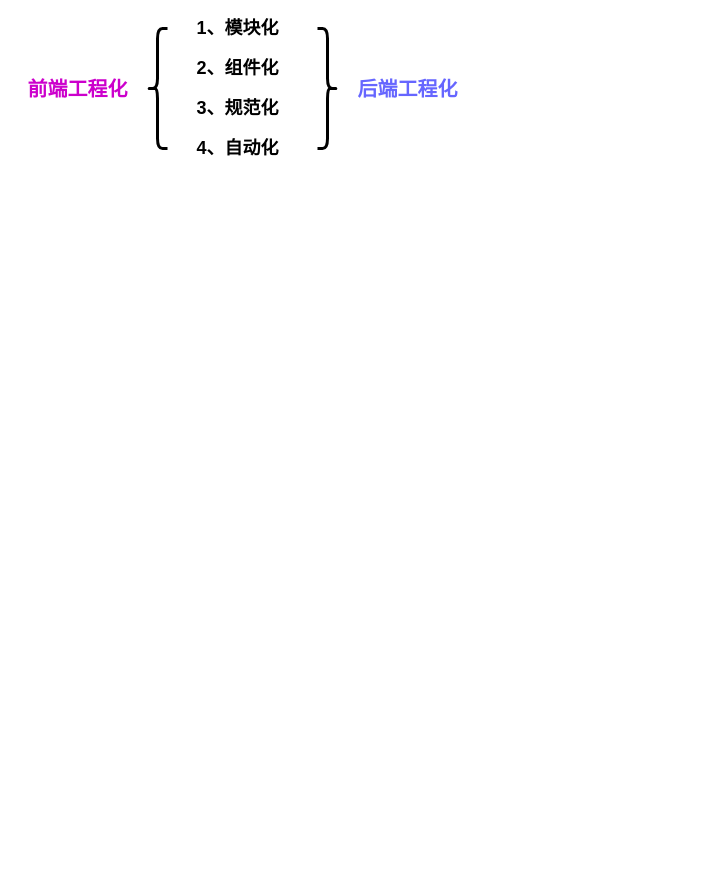
C-wx/MindManager keeps this draw.io diagram as Webpack.drawio. Above is the earlier version. Source tidied: cells renumbered, new cells numbered last; positions are measured from the earlier drawing's top-left corner, leaving out a move shared by most shapes. Both pictures are drawn from the tidied source at 100%, with x=0, y=0 at pixel (17, 18).
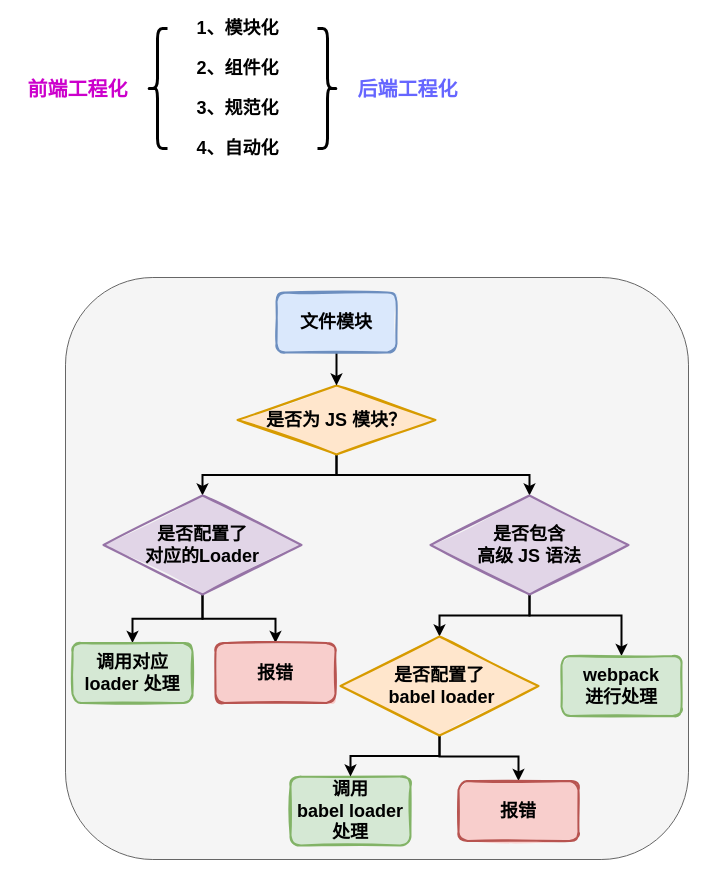
The same page after the edit.

Diff of the diagram source:
```diff
@@
+    <mxCell id="10" style="rounded=1;whiteSpace=wrap;html=1;fontSize=18;fillColor=#f5f5f5;gradientDirection=south;strokeColor=#666666;fontColor=#333333;" parent="1" vertex="1">
+      <mxGeometry x="48" y="259" width="623" height="582" as="geometry" />
+    </mxCell>
@@
+    <mxCell id="11" style="edgeStyle=orthogonalEdgeStyle;rounded=0;jettySize=auto;html=1;exitX=0.5;exitY=1;exitDx=0;exitDy=0;entryX=0.5;entryY=0;entryDx=0;entryDy=0;fontSize=18;strokeWidth=2;" parent="1" edge="1" source="13" target="18">
+      <mxGeometry relative="1" as="geometry" />
+    </mxCell>
+    <mxCell id="12" style="edgeStyle=orthogonalEdgeStyle;rounded=0;jettySize=auto;html=1;exitX=0.5;exitY=1;exitDx=0;exitDy=0;entryX=0.5;entryY=0;entryDx=0;entryDy=0;fontSize=18;strokeWidth=2;" parent="1" edge="1" source="13" target="21">
+      <mxGeometry relative="1" as="geometry" />
+    </mxCell>
+    <mxCell id="13" value="是否为 JS 模块？" style="rhombus;whiteSpace=wrap;html=1;strokeWidth=2;fillWeight=-1;hachureGap=8;fillStyle=solid;sketch=1;fontSize=18;fontStyle=1;fillColor=#ffe6cc;strokeColor=#d79b00;" parent="1" vertex="1">
+      <mxGeometry x="220" y="367" width="198" height="69" as="geometry" />
+    </mxCell>
+    <mxCell id="14" style="edgeStyle=orthogonalEdgeStyle;rounded=0;jettySize=auto;html=1;exitX=0.5;exitY=1;exitDx=0;exitDy=0;entryX=0.5;entryY=0;entryDx=0;entryDy=0;fontSize=18;strokeWidth=2;" parent="1" edge="1" source="15" target="13">
+      <mxGeometry relative="1" as="geometry" />
+    </mxCell>
+    <mxCell id="15" value="&lt;span style=&quot;font-weight: 700&quot;&gt;文件模块&lt;/span&gt;" style="rounded=1;whiteSpace=wrap;html=1;strokeWidth=2;fillWeight=4;hachureGap=8;hachureAngle=45;sketch=1;fontSize=18;fillStyle=solid;fillColor=#dae8fc;strokeColor=#6c8ebf;" parent="1" vertex="1">
+      <mxGeometry x="259" y="274" width="120" height="60" as="geometry" />
+    </mxCell>
+    <mxCell id="16" style="edgeStyle=orthogonalEdgeStyle;rounded=0;jettySize=auto;html=1;exitX=0.5;exitY=1;exitDx=0;exitDy=0;fontSize=18;strokeWidth=2;" parent="1" edge="1" source="18" target="22">
+      <mxGeometry relative="1" as="geometry" />
+    </mxCell>
+    <mxCell id="17" style="edgeStyle=orthogonalEdgeStyle;rounded=0;jettySize=auto;html=1;exitX=0.5;exitY=1;exitDx=0;exitDy=0;entryX=0.5;entryY=0;entryDx=0;entryDy=0;fontSize=18;strokeWidth=2;" parent="1" edge="1" source="18" target="23">
+      <mxGeometry relative="1" as="geometry" />
+    </mxCell>
+    <mxCell id="18" value="是否配置了&lt;br&gt;对应的Loader" style="rhombus;whiteSpace=wrap;html=1;strokeWidth=2;fillWeight=-1;hachureGap=8;fillStyle=solid;sketch=1;fontSize=18;fontStyle=1;fillColor=#e1d5e7;strokeColor=#9673a6;" parent="1" vertex="1">
+      <mxGeometry x="86" y="477" width="198" height="99" as="geometry" />
+    </mxCell>
+    <mxCell id="19" style="edgeStyle=orthogonalEdgeStyle;rounded=0;jettySize=auto;html=1;exitX=0.5;exitY=1;exitDx=0;exitDy=0;entryX=0.5;entryY=0;entryDx=0;entryDy=0;fontSize=18;strokeWidth=2;" parent="1" edge="1" source="21" target="28">
+      <mxGeometry relative="1" as="geometry" />
+    </mxCell>
+    <mxCell id="20" style="edgeStyle=orthogonalEdgeStyle;rounded=0;jettySize=auto;html=1;exitX=0.5;exitY=1;exitDx=0;exitDy=0;entryX=0.5;entryY=0;entryDx=0;entryDy=0;fontSize=18;strokeWidth=2;" parent="1" edge="1" source="21" target="24">
+      <mxGeometry relative="1" as="geometry">
+        <Array as="points">
+          <mxPoint x="512" y="597" />
+          <mxPoint x="604" y="597" />
+        </Array>
+      </mxGeometry>
+    </mxCell>
+    <mxCell id="21" value="是否包含&lt;br&gt;高级 JS 语法" style="rhombus;whiteSpace=wrap;html=1;strokeWidth=2;fillWeight=-1;hachureGap=8;fillStyle=solid;sketch=1;fontSize=18;fontStyle=1;fillColor=#e1d5e7;strokeColor=#9673a6;" parent="1" vertex="1">
+      <mxGeometry x="413" y="477" width="198" height="99" as="geometry" />
+    </mxCell>
+    <mxCell id="22" value="&lt;span style=&quot;font-weight: 700&quot;&gt;调用对应 loader 处理&lt;/span&gt;" style="rounded=1;whiteSpace=wrap;html=1;strokeWidth=2;fillWeight=4;hachureGap=8;hachureAngle=45;sketch=1;fontSize=18;fillStyle=solid;fillColor=#d5e8d4;strokeColor=#82b366;" parent="1" vertex="1">
+      <mxGeometry x="55" y="624.5" width="120" height="60" as="geometry" />
+    </mxCell>
+    <mxCell id="23" value="&lt;span style=&quot;font-weight: 700&quot;&gt;报错&lt;/span&gt;" style="rounded=1;whiteSpace=wrap;html=1;strokeWidth=2;fillWeight=4;hachureGap=8;hachureAngle=45;sketch=1;fontSize=18;fillStyle=solid;fillColor=#f8cecc;strokeColor=#b85450;" parent="1" vertex="1">
+      <mxGeometry x="198" y="624.5" width="120" height="60" as="geometry" />
+    </mxCell>
+    <mxCell id="24" value="&lt;b&gt;webpack&lt;br&gt;进行处理&lt;/b&gt;" style="rounded=1;whiteSpace=wrap;html=1;strokeWidth=2;fillWeight=4;hachureGap=8;hachureAngle=45;sketch=1;fontSize=18;fillStyle=solid;fillColor=#d5e8d4;strokeColor=#82b366;" parent="1" vertex="1">
+      <mxGeometry x="544" y="637.5" width="120" height="60" as="geometry" />
+    </mxCell>
+    <mxCell id="25" value="&lt;span style=&quot;font-weight: 700&quot;&gt;调用 &lt;br&gt;babel loader处理&lt;/span&gt;" style="rounded=1;whiteSpace=wrap;html=1;strokeWidth=2;fillWeight=4;hachureGap=8;hachureAngle=45;sketch=1;fontSize=18;fillStyle=solid;fillColor=#d5e8d4;strokeColor=#82b366;" parent="1" vertex="1">
+      <mxGeometry x="273" y="758" width="120" height="69" as="geometry" />
+    </mxCell>
+    <mxCell id="26" style="edgeStyle=orthogonalEdgeStyle;rounded=0;jettySize=auto;html=1;exitX=0.5;exitY=1;exitDx=0;exitDy=0;entryX=0.5;entryY=0;entryDx=0;entryDy=0;fontSize=18;strokeWidth=2;" parent="1" edge="1" source="28" target="25">
+      <mxGeometry relative="1" as="geometry" />
+    </mxCell>
+    <mxCell id="27" style="edgeStyle=orthogonalEdgeStyle;rounded=0;jettySize=auto;html=1;exitX=0.5;exitY=1;exitDx=0;exitDy=0;entryX=0.5;entryY=0;entryDx=0;entryDy=0;fontSize=18;strokeWidth=2;" parent="1" edge="1" source="28" target="29">
+      <mxGeometry relative="1" as="geometry">
+        <Array as="points">
+          <mxPoint x="422" y="738" />
+          <mxPoint x="501" y="738" />
+        </Array>
+      </mxGeometry>
+    </mxCell>
+    <mxCell id="28" value="是否配置了&lt;br&gt;&amp;nbsp;babel loader" style="rhombus;whiteSpace=wrap;html=1;strokeWidth=2;fillWeight=-1;hachureGap=8;fillStyle=solid;sketch=1;fontSize=18;fontStyle=1;fillColor=#ffe6cc;strokeColor=#d79b00;" parent="1" vertex="1">
+      <mxGeometry x="323" y="618" width="198" height="99" as="geometry" />
+    </mxCell>
+    <mxCell id="29" value="&lt;span style=&quot;font-weight: 700&quot;&gt;报错&lt;/span&gt;" style="rounded=1;whiteSpace=wrap;html=1;strokeWidth=2;fillWeight=4;hachureGap=8;hachureAngle=45;sketch=1;fontSize=18;fillStyle=solid;fillColor=#f8cecc;strokeColor=#b85450;" parent="1" vertex="1">
+      <mxGeometry x="441" y="762.5" width="120" height="60" as="geometry" />
+    </mxCell>
```
